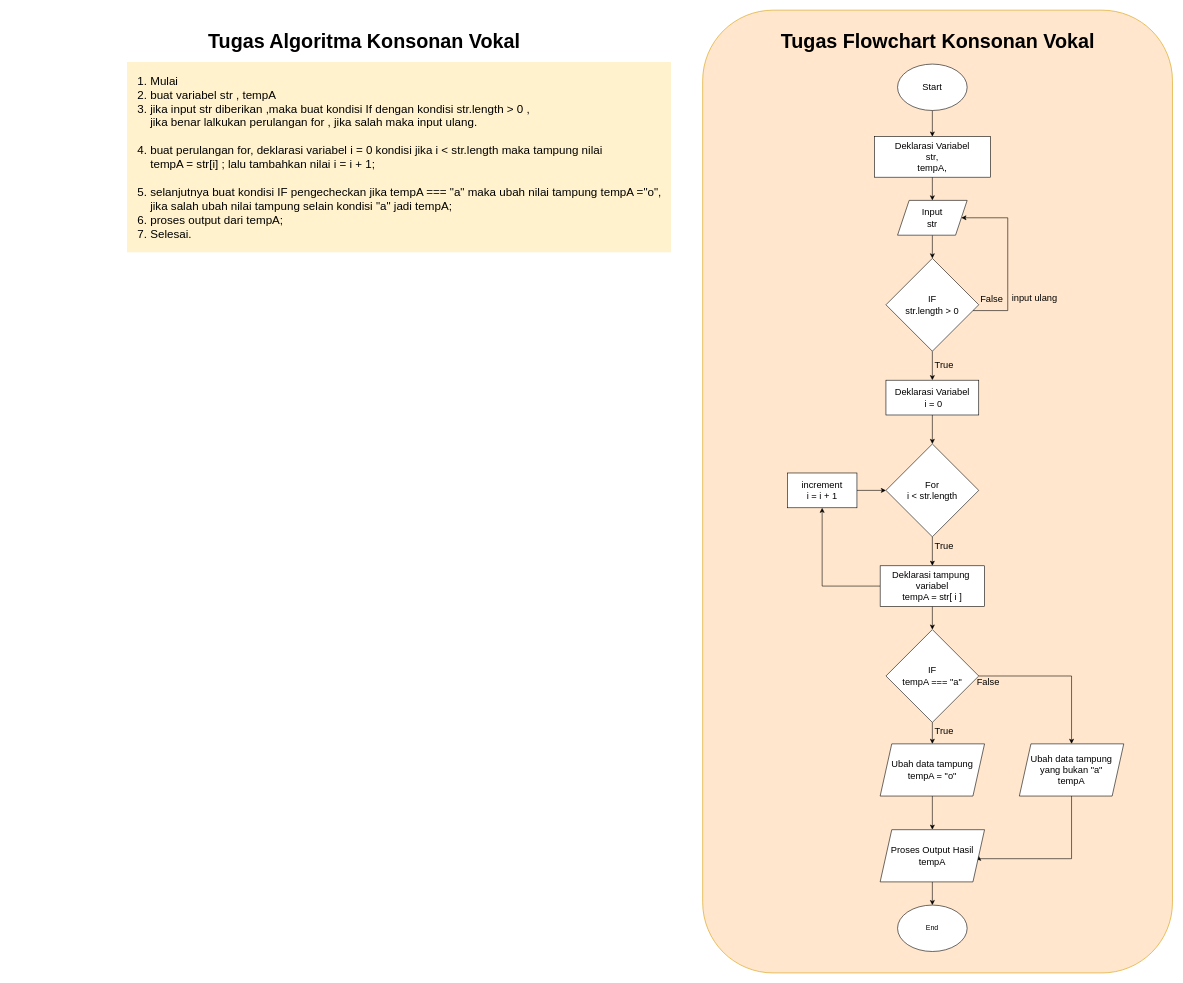
The draw.io diagram Bootcamp-Fazztrack-WEB11/Javascript/Algoritma dan Flowchart/Tugas Konsonan Vokal.drawio in imbasri-dev/Bootcamp-Fazztrack-WEB-11, before the edit. Source tidied: cells renumbered, new cells numbered last; positions are measured from the earlier drawing's top-left corner, leaving out a move shared by most shapes. Both pictures are drawn from the tidied source at 58%, with x=0, y=0 at pixel (126, 10).
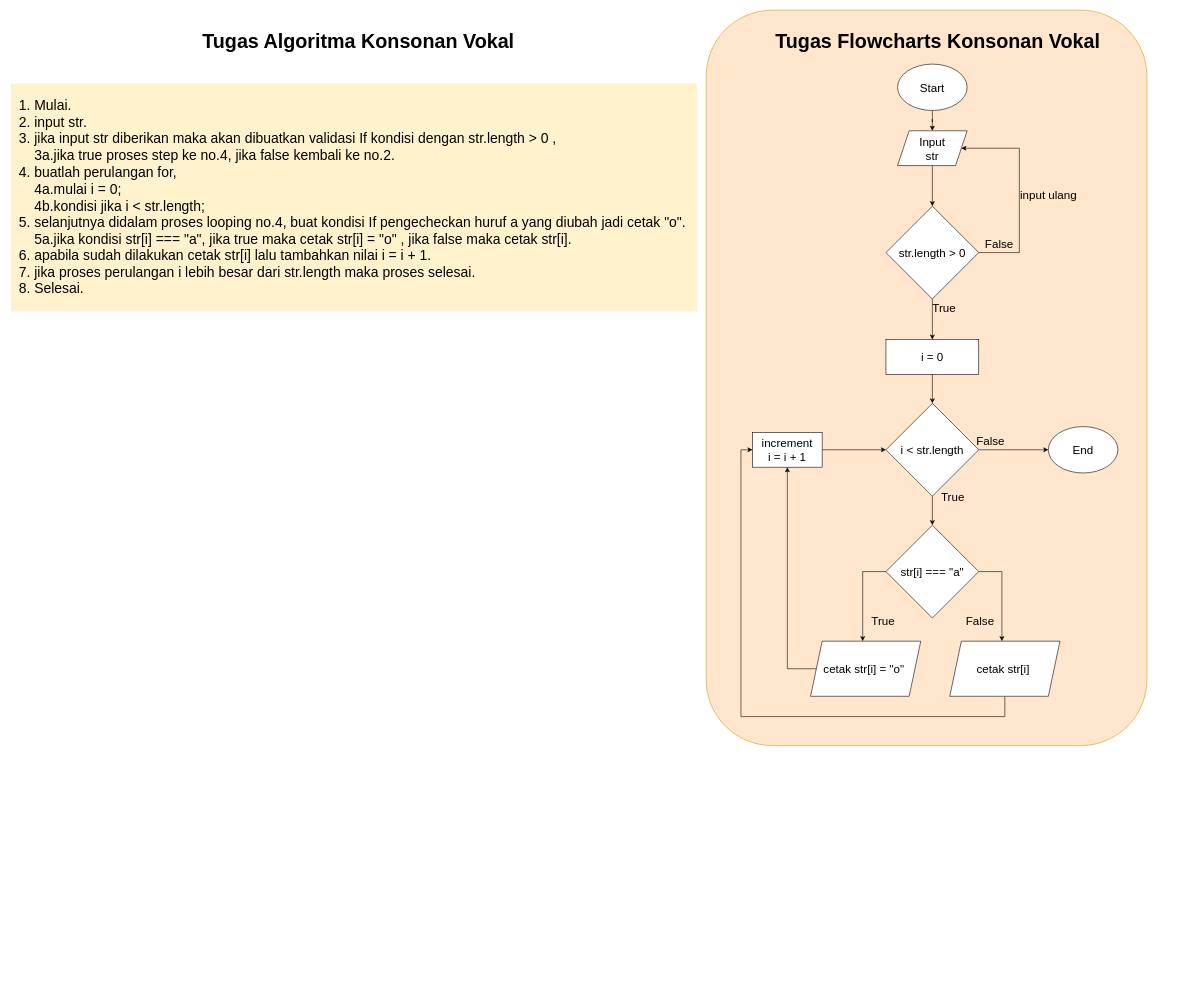
After the change.

Commit message (it also covers changes not shown here):
Update Belajar dan Revisi Algoritma dan Flowcharts

The edit, as a diff of the source:
```diff
@@
     <mxCell id="2" style="rounded=1;whiteSpace=wrap;html=1;fontSize=16;fillColor=#ffe6cc;strokeColor=#d79b00;" parent="1" vertex="1">
-      <mxGeometry x="994" width="810" height="1660" as="geometry" />
+      <mxGeometry x="1000" width="760" height="1268" as="geometry" />
     </mxCell>
-    <mxCell id="3" style="edgeStyle=orthogonalEdgeStyle;rounded=0;jettySize=auto;html=1;fontSize=16;" parent="1" edge="1" source="4" target="7">
-      <mxGeometry relative="1" as="geometry" />
-    </mxCell>
+    <mxCell id="40" style="edgeStyle=orthogonalEdgeStyle;rounded=0;jettySize=auto;html=1;fontSize=20;" parent="1" edge="1" source="4" target="9">
+      <mxGeometry relative="1" as="geometry" />
+    </mxCell>
-    <mxCell id="4" value="Start" style="ellipse;whiteSpace=wrap;html=1;fontSize=16;" parent="1" vertex="1">
+    <mxCell id="4" value="Start" style="ellipse;whiteSpace=wrap;html=1;fontSize=20;" parent="1" vertex="1">
       <mxGeometry x="1330" y="93" width="120" height="80" as="geometry" />
     </mxCell>
-    <mxCell id="5" value="End" style="ellipse;whiteSpace=wrap;html=1;" parent="1" vertex="1">
-      <mxGeometry x="1330" y="1543" width="120" height="80" as="geometry" />
+    <mxCell id="5" value="&lt;font style=&quot;font-size: 20px;&quot;&gt;End&lt;/font&gt;" style="ellipse;whiteSpace=wrap;html=1;fontSize=20;" parent="1" vertex="1">
+      <mxGeometry x="1590" y="718" width="120" height="80" as="geometry" />
     </mxCell>
-    <mxCell id="6" style="edgeStyle=orthogonalEdgeStyle;rounded=0;jettySize=auto;html=1;fontSize=16;" parent="1" edge="1" source="7" target="9">
-      <mxGeometry relative="1" as="geometry" />
-    </mxCell>
-    <mxCell id="7" value="Deklarasi Variabel&lt;br style=&quot;font-size: 16px;&quot;&gt;str,&lt;br style=&quot;font-size: 16px;&quot;&gt;tempA,&lt;br style=&quot;font-size: 16px;&quot;&gt;" style="whiteSpace=wrap;html=1;fontSize=16;" parent="1" vertex="1">
-      <mxGeometry x="1290" y="218" width="200" height="70" as="geometry" />
-    </mxCell>
-    <mxCell id="8" style="edgeStyle=orthogonalEdgeStyle;rounded=0;jettySize=auto;html=1;fontSize=16;" parent="1" edge="1" source="9" target="12">
-      <mxGeometry relative="1" as="geometry" />
-    </mxCell>
-    <mxCell id="9" value="Input&lt;br&gt;str" style="shape=parallelogram;perimeter=parallelogramPerimeter;whiteSpace=wrap;html=1;fixedSize=1;fontSize=16;" parent="1" vertex="1">
-      <mxGeometry x="1330" y="328" width="120" height="60" as="geometry" />
-    </mxCell>
-    <mxCell id="10" style="edgeStyle=orthogonalEdgeStyle;rounded=0;jettySize=auto;html=1;fontSize=16;" parent="1" edge="1" source="12" target="14">
-      <mxGeometry relative="1" as="geometry" />
-    </mxCell>
-    <mxCell id="11" style="edgeStyle=orthogonalEdgeStyle;rounded=0;jettySize=auto;html=1;entryX=1;entryY=0.5;entryDx=0;entryDy=0;fontSize=16;" parent="1" edge="1" source="12" target="9">
+    <mxCell id="11" style="edgeStyle=orthogonalEdgeStyle;rounded=0;jettySize=auto;html=1;entryX=1;entryY=0.5;entryDx=0;entryDy=0;fontSize=20;" parent="1" edge="1" source="12" target="9">
       <mxGeometry relative="1" as="geometry">
         <Array as="points">
-          <mxPoint x="1520" y="518" />
-          <mxPoint x="1520" y="358" />
+          <mxPoint x="1540" y="418" />
+          <mxPoint x="1540" y="238" />
         </Array>
       </mxGeometry>
     </mxCell>
-    <mxCell id="12" value="&lt;div style=&quot;&quot;&gt;&lt;span style=&quot;background-color: initial;&quot;&gt;IF&lt;/span&gt;&lt;/div&gt;str.length &amp;gt; 0" style="rhombus;whiteSpace=wrap;html=1;fontSize=16;align=center;verticalAlign=middle;" parent="1" vertex="1">
-      <mxGeometry x="1310" y="428" width="160" height="160" as="geometry" />
+    <mxCell id="12" value="&lt;div style=&quot;font-size: 20px;&quot;&gt;&lt;/div&gt;str.length &amp;gt; 0" style="rhombus;whiteSpace=wrap;html=1;fontSize=20;align=center;verticalAlign=middle;" parent="1" vertex="1">
+      <mxGeometry x="1310" y="338" width="160" height="160" as="geometry" />
     </mxCell>
-    <mxCell id="13" style="edgeStyle=orthogonalEdgeStyle;rounded=0;jettySize=auto;html=1;fontSize=16;" parent="1" edge="1" source="14" target="18">
-      <mxGeometry relative="1" as="geometry" />
-    </mxCell>
-    <mxCell id="14" value="Deklarasi Variabel&lt;br&gt;&amp;nbsp;i = 0" style="whiteSpace=wrap;html=1;fontSize=16;" parent="1" vertex="1">
-      <mxGeometry x="1310" y="638" width="160" height="60" as="geometry" />
+    <mxCell id="14" value="i = 0" style="whiteSpace=wrap;html=1;fontSize=20;" parent="1" vertex="1">
+      <mxGeometry x="1310" y="568" width="160" height="60" as="geometry" />
     </mxCell>
+    <mxCell id="10" style="edgeStyle=orthogonalEdgeStyle;rounded=0;jettySize=auto;html=1;fontSize=20;" parent="1" edge="1" source="12" target="14">
+      <mxGeometry relative="1" as="geometry" />
+    </mxCell>
-    <mxCell id="15" value="True" style="text;html=1;align=center;verticalAlign=middle;strokeColor=none;fillColor=none;fontSize=16;" parent="1" vertex="1">
-      <mxGeometry x="1380" y="596" width="60" height="30" as="geometry" />
+    <mxCell id="15" value="True" style="text;html=1;align=center;verticalAlign=middle;strokeColor=none;fillColor=none;fontSize=20;" parent="1" vertex="1">
+      <mxGeometry x="1380" y="493" width="60" height="40" as="geometry" />
     </mxCell>
-    <mxCell id="16" value="False" style="text;html=1;align=center;verticalAlign=middle;strokeColor=none;fillColor=none;fontSize=16;" parent="1" vertex="1">
-      <mxGeometry x="1462" y="482" width="60" height="30" as="geometry" />
+    <mxCell id="16" value="False" style="text;html=1;align=center;verticalAlign=middle;strokeColor=none;fillColor=none;fontSize=20;" parent="1" vertex="1">
+      <mxGeometry x="1470" y="383" width="70" height="40" as="geometry" />
     </mxCell>
-    <mxCell id="17" style="edgeStyle=orthogonalEdgeStyle;rounded=0;jettySize=auto;html=1;fontSize=16;" parent="1" edge="1" source="18" target="25">
-      <mxGeometry relative="1" as="geometry" />
-    </mxCell>
+    <mxCell id="41" style="edgeStyle=orthogonalEdgeStyle;rounded=0;jettySize=auto;html=1;entryX=0.5;entryY=0;entryDx=0;entryDy=0;fontSize=20;" parent="1" edge="1" source="18" target="28">
+      <mxGeometry relative="1" as="geometry" />
+    </mxCell>
+    <mxCell id="42" style="edgeStyle=orthogonalEdgeStyle;rounded=0;jettySize=auto;html=1;fontSize=20;" parent="1" edge="1" source="18" target="5">
+      <mxGeometry relative="1" as="geometry" />
+    </mxCell>
-    <mxCell id="18" value="For&lt;br&gt;i &amp;lt; str.length" style="rhombus;whiteSpace=wrap;html=1;fontSize=16;" parent="1" vertex="1">
-      <mxGeometry x="1310" y="748" width="160" height="160" as="geometry" />
+    <mxCell id="18" value="i &amp;lt; str.length" style="rhombus;whiteSpace=wrap;html=1;fontSize=20;" parent="1" vertex="1">
+      <mxGeometry x="1310" y="678" width="160" height="160" as="geometry" />
     </mxCell>
+    <mxCell id="13" style="edgeStyle=orthogonalEdgeStyle;rounded=0;jettySize=auto;html=1;fontSize=20;" parent="1" edge="1" source="14" target="18">
+      <mxGeometry relative="1" as="geometry" />
+    </mxCell>
-    <mxCell id="19" style="edgeStyle=orthogonalEdgeStyle;rounded=0;jettySize=auto;html=1;fontSize=16;" parent="1" edge="1" source="20" target="18">
+    <mxCell id="19" style="edgeStyle=orthogonalEdgeStyle;rounded=0;jettySize=auto;html=1;fontSize=20;" parent="1" edge="1" source="20" target="18">
       <mxGeometry relative="1" as="geometry" />
     </mxCell>
-    <mxCell id="20" value="increment&lt;br&gt;i = i + 1" style="whiteSpace=wrap;html=1;fontSize=16;" parent="1" vertex="1">
-      <mxGeometry x="1140" y="798" width="120" height="60" as="geometry" />
+    <mxCell id="20" value="increment&lt;br style=&quot;font-size: 20px;&quot;&gt;i = i + 1" style="whiteSpace=wrap;html=1;fontSize=20;" parent="1" vertex="1">
+      <mxGeometry x="1080" y="728" width="120" height="60" as="geometry" />
     </mxCell>
-    <mxCell id="21" style="edgeStyle=orthogonalEdgeStyle;rounded=0;jettySize=auto;html=1;exitX=0.5;exitY=1;exitDx=0;exitDy=0;entryX=0.5;entryY=0;entryDx=0;entryDy=0;fontSize=16;" parent="1" edge="1" source="22" target="34">
-      <mxGeometry relative="1" as="geometry" />
-    </mxCell>
-    <mxCell id="22" value="Ubah data tampung&lt;br&gt;tempA = &quot;o&quot;" style="shape=parallelogram;perimeter=parallelogramPerimeter;whiteSpace=wrap;html=1;fixedSize=1;fontSize=16;" parent="1" vertex="1">
-      <mxGeometry x="1300" y="1265" width="180" height="90" as="geometry" />
-    </mxCell>
-    <mxCell id="23" style="edgeStyle=orthogonalEdgeStyle;rounded=0;jettySize=auto;html=1;entryX=0.5;entryY=0;entryDx=0;entryDy=0;fontSize=16;" parent="1" edge="1" source="25" target="28">
-      <mxGeometry relative="1" as="geometry" />
-    </mxCell>
-    <mxCell id="24" style="edgeStyle=orthogonalEdgeStyle;rounded=0;jettySize=auto;html=1;entryX=0.5;entryY=1;entryDx=0;entryDy=0;fontSize=16;" parent="1" edge="1" source="25" target="20">
-      <mxGeometry relative="1" as="geometry" />
-    </mxCell>
-    <mxCell id="25" value="Deklarasi tampung&amp;nbsp; variabel&lt;br&gt;tempA = str[ i ]" style="whiteSpace=wrap;html=1;fontSize=16;" parent="1" vertex="1">
-      <mxGeometry x="1300" y="958" width="180" height="70" as="geometry" />
-    </mxCell>
-    <mxCell id="26" style="edgeStyle=orthogonalEdgeStyle;rounded=0;jettySize=auto;html=1;exitX=0.5;exitY=1;exitDx=0;exitDy=0;entryX=0.5;entryY=0;entryDx=0;entryDy=0;fontSize=16;" parent="1" edge="1" source="28" target="22">
-      <mxGeometry relative="1" as="geometry" />
-    </mxCell>
-    <mxCell id="27" style="edgeStyle=orthogonalEdgeStyle;rounded=0;jettySize=auto;html=1;fontSize=16;" parent="1" edge="1" source="28" target="31">
-      <mxGeometry relative="1" as="geometry" />
-    </mxCell>
+    <mxCell id="43" style="edgeStyle=orthogonalEdgeStyle;rounded=0;jettySize=auto;html=1;fontSize=20;" parent="1" edge="1" source="28">
+      <mxGeometry relative="1" as="geometry">
+        <mxPoint x="1509.9" y="1088" as="targetPoint" />
+        <Array as="points">
+          <mxPoint x="1510" y="968" />
+        </Array>
+      </mxGeometry>
+    </mxCell>
+    <mxCell id="44" style="edgeStyle=orthogonalEdgeStyle;rounded=0;jettySize=auto;html=1;fontSize=20;" parent="1" edge="1" source="28">
+      <mxGeometry relative="1" as="geometry">
+        <mxPoint x="1269.9" y="1088" as="targetPoint" />
+        <Array as="points">
+          <mxPoint x="1270" y="968" />
+        </Array>
+      </mxGeometry>
+    </mxCell>
-    <mxCell id="28" value="IF&lt;br&gt;tempA === &quot;a&quot;" style="rhombus;whiteSpace=wrap;html=1;fontSize=16;" parent="1" vertex="1">
-      <mxGeometry x="1310" y="1068" width="160" height="160" as="geometry" />
+    <mxCell id="28" value="str[i] === &quot;a&quot;" style="rhombus;whiteSpace=wrap;html=1;fontSize=20;" parent="1" vertex="1">
+      <mxGeometry x="1310" y="888" width="160" height="160" as="geometry" />
     </mxCell>
-    <mxCell id="29" value="True" style="text;html=1;align=center;verticalAlign=middle;strokeColor=none;fillColor=none;fontSize=16;" parent="1" vertex="1">
-      <mxGeometry x="1380" y="1228" width="60" height="30" as="geometry" />
+    <mxCell id="29" value="True" style="text;html=1;align=center;verticalAlign=middle;strokeColor=none;fillColor=none;fontSize=20;" parent="1" vertex="1">
+      <mxGeometry x="1275" y="1033" width="60" height="40" as="geometry" />
     </mxCell>
-    <mxCell id="30" style="edgeStyle=orthogonalEdgeStyle;rounded=0;jettySize=auto;html=1;exitX=0.5;exitY=1;exitDx=0;exitDy=0;entryX=1;entryY=0.5;entryDx=0;entryDy=0;fontSize=16;" parent="1" edge="1" source="31" target="34">
-      <mxGeometry relative="1" as="geometry">
-        <Array as="points">
-          <mxPoint x="1630" y="1463" />
-          <mxPoint x="1470" y="1463" />
-        </Array>
-      </mxGeometry>
-    </mxCell>
-    <mxCell id="31" value="Ubah data tampung&lt;br&gt;yang bukan &quot;a&quot;&lt;br&gt;tempA" style="shape=parallelogram;perimeter=parallelogramPerimeter;whiteSpace=wrap;html=1;fixedSize=1;fontSize=16;" parent="1" vertex="1">
-      <mxGeometry x="1540" y="1265" width="180" height="90" as="geometry" />
-    </mxCell>
-    <mxCell id="32" value="False" style="text;html=1;align=center;verticalAlign=middle;strokeColor=none;fillColor=none;fontSize=16;" parent="1" vertex="1">
-      <mxGeometry x="1456" y="1143" width="60" height="30" as="geometry" />
+    <mxCell id="32" value="False" style="text;html=1;align=center;verticalAlign=middle;strokeColor=none;fillColor=none;fontSize=20;" parent="1" vertex="1">
+      <mxGeometry x="1437" y="1033" width="70" height="40" as="geometry" />
     </mxCell>
-    <mxCell id="33" style="edgeStyle=orthogonalEdgeStyle;rounded=0;jettySize=auto;html=1;exitX=0.5;exitY=1;exitDx=0;exitDy=0;fontSize=16;" parent="1" edge="1" source="34" target="5">
-      <mxGeometry relative="1" as="geometry" />
-    </mxCell>
-    <mxCell id="34" value="Proses Output Hasil&lt;br&gt;tempA" style="shape=parallelogram;perimeter=parallelogramPerimeter;whiteSpace=wrap;html=1;fixedSize=1;fontSize=16;" parent="1" vertex="1">
-      <mxGeometry x="1300" y="1413" width="180" height="90" as="geometry" />
-    </mxCell>
-    <mxCell id="35" value="True" style="text;html=1;align=center;verticalAlign=middle;strokeColor=none;fillColor=none;fontSize=16;" parent="1" vertex="1">
-      <mxGeometry x="1380" y="908" width="60" height="30" as="geometry" />
+    <mxCell id="35" value="True" style="text;html=1;align=center;verticalAlign=middle;strokeColor=none;fillColor=none;fontSize=20;" parent="1" vertex="1">
+      <mxGeometry x="1395" y="818" width="60" height="40" as="geometry" />
     </mxCell>
-    <mxCell id="36" value="input ulang" style="text;html=1;align=center;verticalAlign=middle;strokeColor=none;fillColor=none;fontSize=16;" parent="1" vertex="1">
-      <mxGeometry x="1516" y="481" width="100" height="30" as="geometry" />
+    <mxCell id="36" value="input ulang" style="text;html=1;align=center;verticalAlign=middle;strokeColor=none;fillColor=none;fontSize=20;" parent="1" vertex="1">
+      <mxGeometry x="1530" y="298" width="120" height="40" as="geometry" />
     </mxCell>
-    <mxCell id="37" value="&lt;font style=&quot;font-size: 34px;&quot;&gt;&lt;b&gt;Tugas Flowchart Konsonan Vokal&lt;/b&gt;&lt;/font&gt;" style="text;html=1;align=center;verticalAlign=middle;strokeColor=none;fillColor=none;fontSize=16;" parent="1" vertex="1">
-      <mxGeometry x="1119" y="28" width="560" height="50" as="geometry" />
+    <mxCell id="37" value="&lt;font style=&quot;font-size: 34px;&quot;&gt;&lt;b&gt;Tugas Flowcharts Konsonan Vokal&lt;/b&gt;&lt;/font&gt;" style="text;html=1;align=center;verticalAlign=middle;strokeColor=none;fillColor=none;fontSize=16;" parent="1" vertex="1">
+      <mxGeometry x="1109" y="28" width="580" height="50" as="geometry" />
     </mxCell>
-    <mxCell id="38" value="&lt;ol style=&quot;font-size: 20px;&quot;&gt;&lt;li&gt;Mulai&lt;/li&gt;&lt;li&gt;buat variabel str , tempA&lt;/li&gt;&lt;li&gt;jika input str diberikan ,maka buat kondisi If dengan kondisi str.length &amp;gt; 0 , &lt;br&gt;jika benar lalkukan perulangan for , jika salah maka input ulang.&lt;br&gt;&lt;br&gt;&lt;/li&gt;&lt;li&gt;buat perulangan for, deklarasi variabel i = 0 kondisi jika i &amp;lt; str.length maka tampung nilai&amp;nbsp; &amp;nbsp;&amp;nbsp;&lt;br&gt;tempA = str[i] ; lalu tambahkan nilai i = i + 1;&lt;br&gt;&lt;br&gt;&lt;/li&gt;&lt;li&gt;selanjutnya buat kondisi IF pengecheckan jika tempA === &quot;a&quot; maka ubah nilai tampung tempA =&quot;o&quot;,&amp;nbsp; &amp;nbsp;&lt;br&gt;jika salah ubah nilai tampung selain kondisi &quot;a&quot; jadi tempA;&lt;/li&gt;&lt;li&gt;proses output dari tempA;&lt;/li&gt;&lt;li&gt;Selesai.&lt;/li&gt;&lt;/ol&gt;" style="text;html=1;align=left;verticalAlign=middle;strokeColor=none;fillColor=none;fontSize=14;labelBackgroundColor=#FFF2CC;" parent="1" vertex="1">
-      <mxGeometry y="83" width="960" height="340" as="geometry" />
+    <mxCell id="38" value="&lt;ol style=&quot;font-size: 24px;&quot;&gt;&lt;li style=&quot;font-size: 24px;&quot;&gt;Mulai.&lt;/li&gt;&lt;li style=&quot;font-size: 24px;&quot;&gt;input str.&lt;/li&gt;&lt;li style=&quot;font-size: 24px;&quot;&gt;jika input str diberikan maka akan dibuatkan validasi If kondisi dengan str.length &amp;gt; 0 ,&lt;br style=&quot;font-size: 24px;&quot;&gt;3a.jika true proses step ke no.4, jika false kembali ke no.2.&amp;nbsp; &amp;nbsp; &amp;nbsp; &amp;nbsp; &amp;nbsp; &amp;nbsp; &amp;nbsp; &amp;nbsp; &amp;nbsp; &amp;nbsp; &amp;nbsp; &amp;nbsp; &amp;nbsp; &amp;nbsp;&amp;nbsp;&lt;br style=&quot;font-size: 24px;&quot;&gt;&lt;/li&gt;&lt;li style=&quot;font-size: 24px;&quot;&gt;buatlah perulangan for, &lt;br style=&quot;font-size: 24px;&quot;&gt;4a.mulai i = 0;&lt;br style=&quot;font-size: 24px;&quot;&gt;4b.kondisi jika i &amp;lt; str.length;&amp;nbsp; &amp;nbsp;&lt;/li&gt;&lt;li style=&quot;font-size: 24px;&quot;&gt;selanjutnya didalam proses looping no.4, buat kondisi If pengecheckan huruf a yang diubah jadi cetak &quot;o&quot;.&amp;nbsp; &amp;nbsp;&lt;br&gt;5a.jika kondisi str[i] === &quot;a&quot;, jika true maka cetak str[i] = &quot;o&quot; , jika false maka cetak str[i].&lt;br&gt;&lt;/li&gt;&lt;li style=&quot;font-size: 24px;&quot;&gt;apabila sudah dilakukan cetak str[i] lalu tambahkan nilai i = i + 1.&lt;/li&gt;&lt;li style=&quot;font-size: 24px;&quot;&gt;jika proses perulangan i lebih besar dari str.length maka proses selesai.&lt;/li&gt;&lt;li style=&quot;font-size: 24px;&quot;&gt;Selesai.&lt;/li&gt;&lt;/ol&gt;" style="text;html=1;align=left;verticalAlign=middle;strokeColor=none;fillColor=none;fontSize=24;labelBackgroundColor=#FFF2CC;" parent="1" vertex="1">
+      <mxGeometry x="-200" y="118" width="1210" height="410" as="geometry" />
     </mxCell>
     <mxCell id="39" value="&lt;font style=&quot;font-size: 34px;&quot;&gt;&lt;b&gt;Tugas Algoritma Konsonan Vokal&lt;/b&gt;&lt;/font&gt;" style="text;html=1;align=center;verticalAlign=middle;strokeColor=none;fillColor=none;fontSize=16;" parent="1" vertex="1">
-      <mxGeometry x="130" y="28" width="560" height="50" as="geometry" />
+      <mxGeometry x="120" y="28" width="560" height="50" as="geometry" />
     </mxCell>
+    <mxCell id="8" style="edgeStyle=orthogonalEdgeStyle;rounded=0;jettySize=auto;html=1;fontSize=20;" parent="1" edge="1" source="9" target="12">
+      <mxGeometry relative="1" as="geometry" />
+    </mxCell>
+    <mxCell id="9" value="Input&lt;br style=&quot;font-size: 20px;&quot;&gt;str" style="shape=parallelogram;perimeter=parallelogramPerimeter;whiteSpace=wrap;html=1;fixedSize=1;fontSize=20;" parent="1" vertex="1">
+      <mxGeometry x="1330" y="208" width="120" height="60" as="geometry" />
+    </mxCell>
+    <mxCell id="45" value="False" style="text;html=1;align=center;verticalAlign=middle;strokeColor=none;fillColor=none;fontSize=20;" parent="1" vertex="1">
+      <mxGeometry x="1455" y="723" width="70" height="40" as="geometry" />
+    </mxCell>
+    <mxCell id="46" style="edgeStyle=orthogonalEdgeStyle;rounded=0;jettySize=auto;html=1;entryX=0;entryY=0.5;entryDx=0;entryDy=0;fontSize=20;" parent="1" edge="1" source="47" target="20">
+      <mxGeometry relative="1" as="geometry">
+        <Array as="points">
+          <mxPoint x="1515" y="1218" />
+          <mxPoint x="1060" y="1218" />
+          <mxPoint x="1060" y="758" />
+        </Array>
+      </mxGeometry>
+    </mxCell>
+    <mxCell id="47" value="&lt;span style=&quot;font-size: 20px;&quot;&gt;cetak&amp;nbsp;&lt;/span&gt;&lt;span style=&quot;font-size: 20px;&quot;&gt;str[i]&amp;nbsp;&lt;/span&gt;" style="shape=parallelogram;perimeter=parallelogramPerimeter;whiteSpace=wrap;html=1;fixedSize=1;fontSize=20;" parent="1" vertex="1">
+      <mxGeometry x="1420" y="1088" width="190" height="95" as="geometry" />
+    </mxCell>
+    <mxCell id="48" style="edgeStyle=orthogonalEdgeStyle;rounded=0;jettySize=auto;html=1;entryX=0.5;entryY=1;entryDx=0;entryDy=0;fontSize=20;" parent="1" edge="1" source="49" target="20">
+      <mxGeometry relative="1" as="geometry">
+        <Array as="points">
+          <mxPoint x="1140" y="1136" />
+        </Array>
+      </mxGeometry>
+    </mxCell>
+    <mxCell id="49" value="&lt;span style=&quot;font-size: 20px;&quot;&gt;cetak&amp;nbsp;&lt;/span&gt;&lt;span style=&quot;font-size: 20px;&quot;&gt;str[i] = &quot;o&quot;&amp;nbsp;&lt;/span&gt;" style="shape=parallelogram;perimeter=parallelogramPerimeter;whiteSpace=wrap;html=1;fixedSize=1;fontSize=20;" parent="1" vertex="1">
+      <mxGeometry x="1180" y="1088" width="190" height="95" as="geometry" />
+    </mxCell>
```
